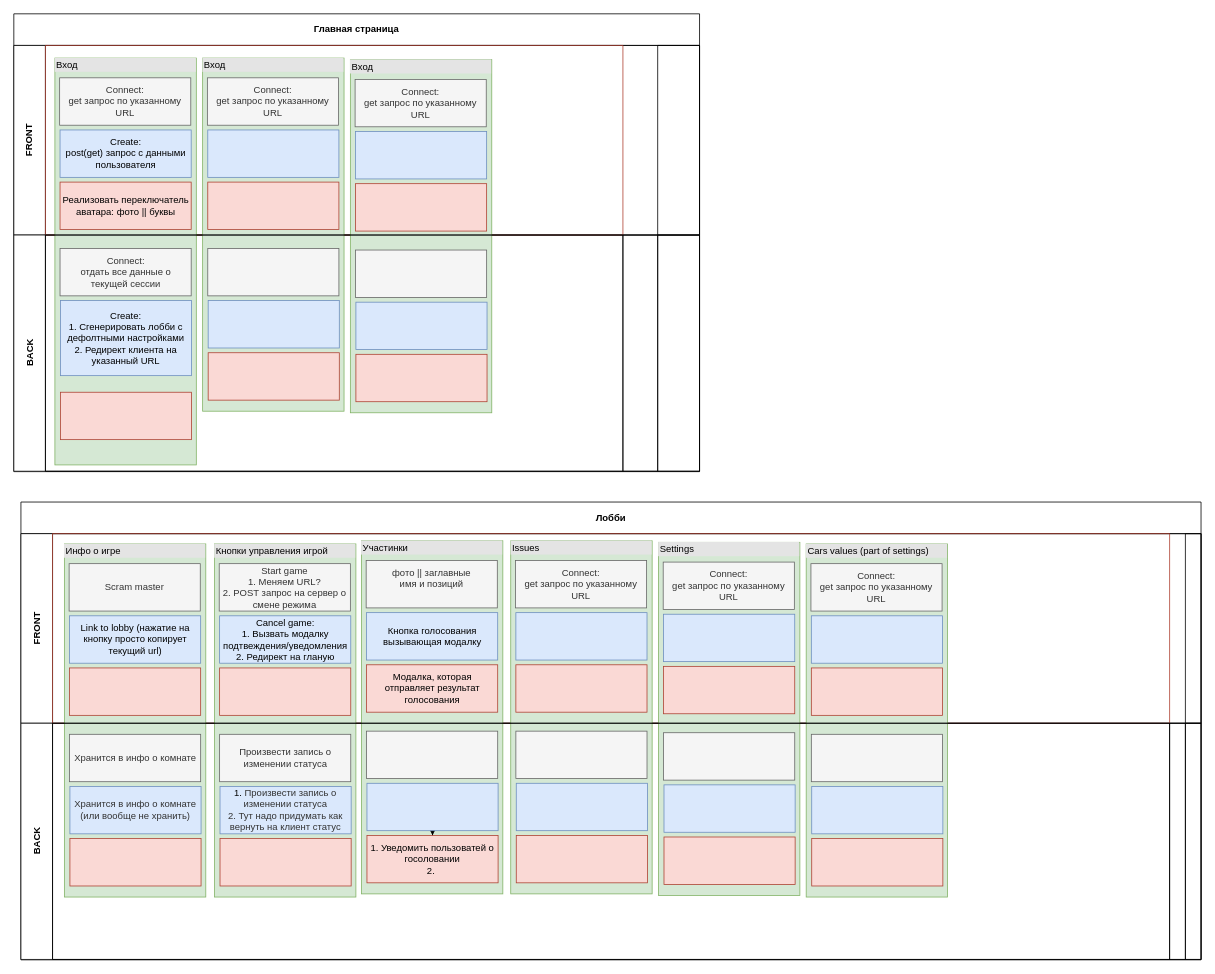
Earlier version of the draw.io diagram Planning poker.drawio (Zmiterr/pointing-poker). Source tidied: cells renumbered, new cells numbered last; positions are measured from the earlier drawing's top-left corner, leaving out a move shared by most shapes. Both pictures are drawn from the tidied source at 79%, with x=0, y=0 at pixel (13, 13).
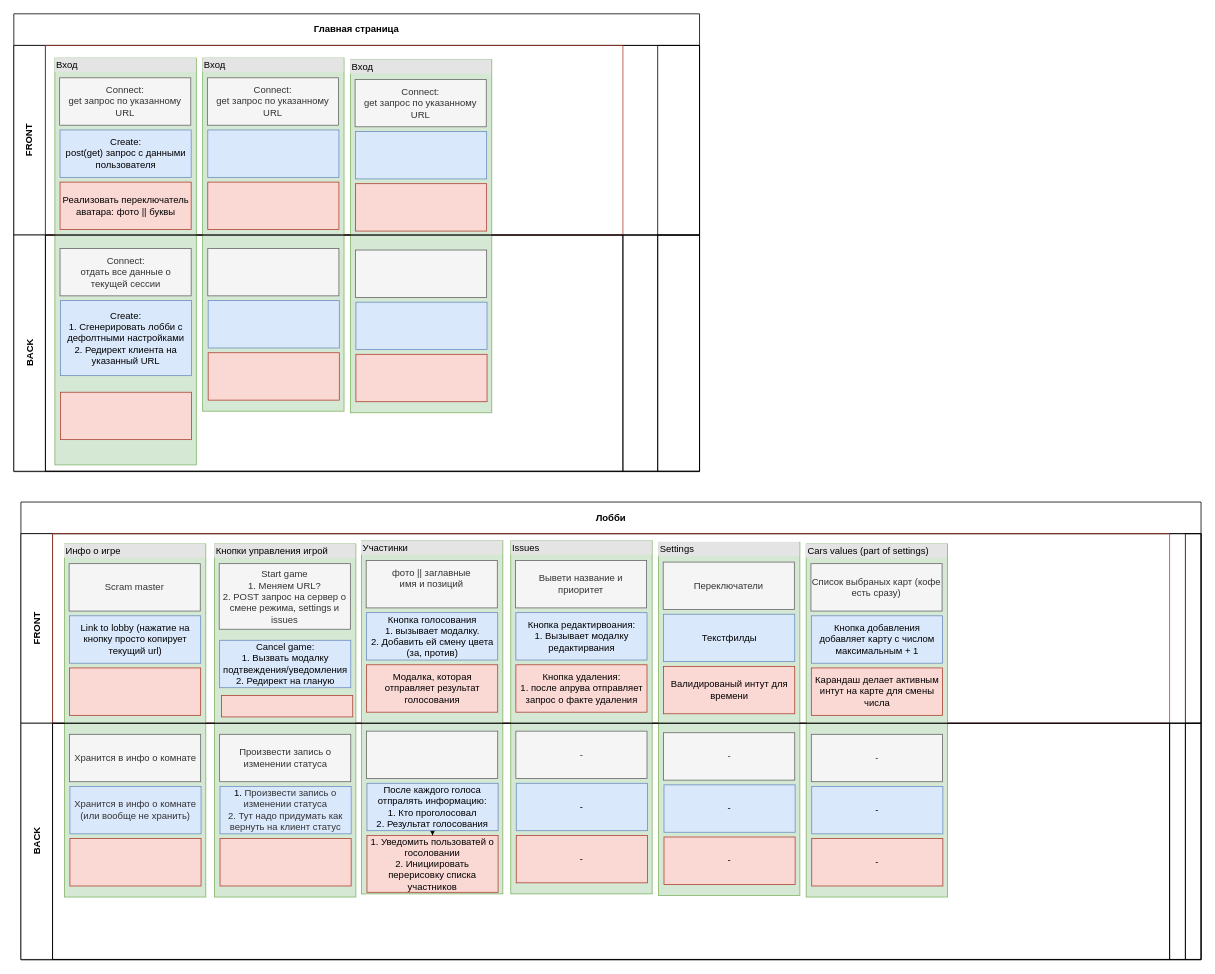
The same page after the edit.

Commit message:
feat: add lobby description

The change refers to these unchanged cells:
```xml
<mxCell id="34" style="swimlane;startSize=0;html=1;whiteSpace=wrap;fillColor=#fad9d5;strokeColor=#ae4132;" parent="33" vertex="1">
  <mxGeometry x="40" width="1414" height="240" as="geometry" />
</mxCell>
```

What changed in the source:
```diff
@@
-    <mxCell id="44" value="Кнопка голосования вызывающая модалку" style="rounded=0;whiteSpace=wrap;html=1;fillColor=#dae8fc;strokeColor=#6c8ebf;" parent="34" vertex="1">
+    <mxCell id="44" value="Кнопка голосования &lt;br&gt;1. вызывает модалку.&lt;br&gt;2. Добавить ей смену цвета (за, против)" style="rounded=0;whiteSpace=wrap;html=1;fillColor=#dae8fc;strokeColor=#6c8ebf;" parent="34" vertex="1">
       <mxGeometry x="397.5" y="100" width="166" height="60" as="geometry" />
     </mxCell>
@@
-    <mxCell id="48" style="rounded=0;whiteSpace=wrap;html=1;fillColor=#dae8fc;strokeColor=#6c8ebf;" parent="34" vertex="1">
+    <mxCell id="48" value="После каждого голоса отпралять информацию:&lt;br&gt;1. Кто проголосовал&lt;br&gt;2. Результат голосования" style="rounded=0;whiteSpace=wrap;html=1;fillColor=#dae8fc;strokeColor=#6c8ebf;" parent="34" vertex="1">
       <mxGeometry x="398" y="316" width="166" height="60" as="geometry" />
     </mxCell>
-    <mxCell id="49" value="1. Уведомить пользоватей о госоловании&lt;br&gt;2.&amp;nbsp;" style="rounded=0;whiteSpace=wrap;html=1;fillColor=#fad9d5;strokeColor=#ae4132;" parent="34" vertex="1">
-      <mxGeometry x="398" y="382" width="166" height="60" as="geometry" />
+    <mxCell id="49" value="1. Уведомить пользоватей о госоловании&lt;br&gt;2. Инициировать перерисовку списка участников" style="rounded=0;whiteSpace=wrap;html=1;fillColor=#fad9d5;strokeColor=#ae4132;" parent="34" vertex="1">
+      <mxGeometry x="398" y="382" width="166" height="72" as="geometry" />
     </mxCell>
@@
-    <mxCell id="51" value="Start game&lt;br&gt;1. Меняем URL?&lt;br&gt;2. POST запрос на сервер о смене режима" style="rounded=0;whiteSpace=wrap;html=1;fillColor=#f5f5f5;strokeColor=#666666;fontColor=#333333;" parent="34" vertex="1">
-      <mxGeometry x="211" y="38" width="166" height="60" as="geometry" />
+    <mxCell id="51" value="Start game&lt;br&gt;1. Меняем URL?&lt;br&gt;2. POST запрос на сервер о смене режима, settings и issues" style="rounded=0;whiteSpace=wrap;html=1;fillColor=#f5f5f5;strokeColor=#666666;fontColor=#333333;" parent="34" vertex="1">
+      <mxGeometry x="211" y="38" width="166" height="83" as="geometry" />
     </mxCell>
     <mxCell id="52" value="Cancel game:&lt;br&gt;1. Вызвать модалку подтвеждения/уведомления&lt;br&gt;2. Редирект на гланую" style="rounded=0;whiteSpace=wrap;html=1;fillColor=#dae8fc;strokeColor=#6c8ebf;" parent="34" vertex="1">
-      <mxGeometry x="211.5" y="104" width="166" height="60" as="geometry" />
+      <mxGeometry x="211.5" y="135" width="166" height="60" as="geometry" />
     </mxCell>
     <mxCell id="53" style="rounded=0;whiteSpace=wrap;html=1;fillColor=#fad9d5;strokeColor=#ae4132;" parent="34" vertex="1">
-      <mxGeometry x="211.5" y="170" width="166" height="60" as="geometry" />
+      <mxGeometry x="214" y="205" width="166" height="27" as="geometry" />
     </mxCell>
@@
-    <mxCell id="58" value="&lt;span&gt;Connect:&lt;/span&gt;&lt;br&gt;&lt;span&gt;get запрос по указанному URL&lt;/span&gt;" style="rounded=0;whiteSpace=wrap;html=1;fillColor=#f5f5f5;strokeColor=#666666;fontColor=#333333;" parent="34" vertex="1">
+    <mxCell id="58" value="Вывети название и приоритет" style="rounded=0;whiteSpace=wrap;html=1;fillColor=#f5f5f5;strokeColor=#666666;fontColor=#333333;" parent="34" vertex="1">
       <mxGeometry x="586" y="34" width="166" height="60" as="geometry" />
     </mxCell>
-    <mxCell id="59" style="rounded=0;whiteSpace=wrap;html=1;fillColor=#dae8fc;strokeColor=#6c8ebf;" parent="34" vertex="1">
+    <mxCell id="59" value="Кнопка редактирвоания:&lt;br&gt;1. Вызывает модалку редактирвания" style="rounded=0;whiteSpace=wrap;html=1;fillColor=#dae8fc;strokeColor=#6c8ebf;" parent="34" vertex="1">
       <mxGeometry x="586.5" y="100" width="166" height="60" as="geometry" />
     </mxCell>
-    <mxCell id="60" style="rounded=0;whiteSpace=wrap;html=1;fillColor=#fad9d5;strokeColor=#ae4132;" parent="34" vertex="1">
+    <mxCell id="60" value="Кнопка удаления:&lt;br&gt;1. после апрува отправляет запрос о факте удаления" style="rounded=0;whiteSpace=wrap;html=1;fillColor=#fad9d5;strokeColor=#ae4132;" parent="34" vertex="1">
       <mxGeometry x="586.5" y="166" width="166" height="60" as="geometry" />
     </mxCell>
-    <mxCell id="61" style="rounded=0;whiteSpace=wrap;html=1;fillColor=#f5f5f5;strokeColor=#666666;fontColor=#333333;" parent="34" vertex="1">
+    <mxCell id="61" value="-" style="rounded=0;whiteSpace=wrap;html=1;fillColor=#f5f5f5;strokeColor=#666666;fontColor=#333333;" parent="34" vertex="1">
       <mxGeometry x="586.5" y="250" width="166" height="60" as="geometry" />
     </mxCell>
-    <mxCell id="62" style="rounded=0;whiteSpace=wrap;html=1;fillColor=#dae8fc;strokeColor=#6c8ebf;" parent="34" vertex="1">
+    <mxCell id="62" value="-" style="rounded=0;whiteSpace=wrap;html=1;fillColor=#dae8fc;strokeColor=#6c8ebf;" parent="34" vertex="1">
       <mxGeometry x="587" y="316" width="166" height="60" as="geometry" />
     </mxCell>
-    <mxCell id="63" style="rounded=0;whiteSpace=wrap;html=1;fillColor=#fad9d5;strokeColor=#ae4132;" parent="34" vertex="1">
+    <mxCell id="63" value="-" style="rounded=0;whiteSpace=wrap;html=1;fillColor=#fad9d5;strokeColor=#ae4132;" parent="34" vertex="1">
       <mxGeometry x="587" y="382" width="166" height="60" as="geometry" />
     </mxCell>
@@
-    <mxCell id="65" value="&lt;span&gt;Connect:&lt;/span&gt;&lt;br&gt;&lt;span&gt;get запрос по указанному URL&lt;/span&gt;" style="rounded=0;whiteSpace=wrap;html=1;fillColor=#f5f5f5;strokeColor=#666666;fontColor=#333333;" parent="34" vertex="1">
+    <mxCell id="65" value="Переключатели" style="rounded=0;whiteSpace=wrap;html=1;fillColor=#f5f5f5;strokeColor=#666666;fontColor=#333333;" parent="34" vertex="1">
       <mxGeometry x="773" y="36" width="166" height="60" as="geometry" />
     </mxCell>
-    <mxCell id="66" style="rounded=0;whiteSpace=wrap;html=1;fillColor=#dae8fc;strokeColor=#6c8ebf;" parent="34" vertex="1">
+    <mxCell id="66" value="Текстфилды" style="rounded=0;whiteSpace=wrap;html=1;fillColor=#dae8fc;strokeColor=#6c8ebf;" parent="34" vertex="1">
       <mxGeometry x="773.5" y="102" width="166" height="60" as="geometry" />
     </mxCell>
-    <mxCell id="67" style="rounded=0;whiteSpace=wrap;html=1;fillColor=#fad9d5;strokeColor=#ae4132;" parent="34" vertex="1">
+    <mxCell id="67" value="Валидированый интут для времени" style="rounded=0;whiteSpace=wrap;html=1;fillColor=#fad9d5;strokeColor=#ae4132;" parent="34" vertex="1">
       <mxGeometry x="773.5" y="168" width="166" height="60" as="geometry" />
     </mxCell>
-    <mxCell id="68" style="rounded=0;whiteSpace=wrap;html=1;fillColor=#f5f5f5;strokeColor=#666666;fontColor=#333333;" parent="34" vertex="1">
+    <mxCell id="68" value="-" style="rounded=0;whiteSpace=wrap;html=1;fillColor=#f5f5f5;strokeColor=#666666;fontColor=#333333;" parent="34" vertex="1">
       <mxGeometry x="773.5" y="252" width="166" height="60" as="geometry" />
     </mxCell>
-    <mxCell id="69" style="rounded=0;whiteSpace=wrap;html=1;fillColor=#dae8fc;strokeColor=#6c8ebf;" parent="34" vertex="1">
+    <mxCell id="69" value="-" style="rounded=0;whiteSpace=wrap;html=1;fillColor=#dae8fc;strokeColor=#6c8ebf;" parent="34" vertex="1">
       <mxGeometry x="774" y="318" width="166" height="60" as="geometry" />
     </mxCell>
-    <mxCell id="70" style="rounded=0;whiteSpace=wrap;html=1;fillColor=#fad9d5;strokeColor=#ae4132;" parent="34" vertex="1">
+    <mxCell id="70" value="-" style="rounded=0;whiteSpace=wrap;html=1;fillColor=#fad9d5;strokeColor=#ae4132;" parent="34" vertex="1">
       <mxGeometry x="774" y="384" width="166" height="60" as="geometry" />
     </mxCell>
@@
-    <mxCell id="72" value="&lt;span&gt;Connect:&lt;/span&gt;&lt;br&gt;&lt;span&gt;get запрос по указанному URL&lt;/span&gt;" style="rounded=0;whiteSpace=wrap;html=1;fillColor=#f5f5f5;strokeColor=#666666;fontColor=#333333;" parent="34" vertex="1">
+    <mxCell id="72" value="Список выбраных карт (кофе есть сразу)" style="rounded=0;whiteSpace=wrap;html=1;fillColor=#f5f5f5;strokeColor=#666666;fontColor=#333333;" parent="34" vertex="1">
       <mxGeometry x="960" y="38" width="166" height="60" as="geometry" />
     </mxCell>
-    <mxCell id="73" style="rounded=0;whiteSpace=wrap;html=1;fillColor=#dae8fc;strokeColor=#6c8ebf;" parent="34" vertex="1">
+    <mxCell id="73" value="Кнопка добавления добавляет карту с числом максимальным + 1" style="rounded=0;whiteSpace=wrap;html=1;fillColor=#dae8fc;strokeColor=#6c8ebf;" parent="34" vertex="1">
       <mxGeometry x="960.5" y="104" width="166" height="60" as="geometry" />
     </mxCell>
-    <mxCell id="74" style="rounded=0;whiteSpace=wrap;html=1;fillColor=#fad9d5;strokeColor=#ae4132;" parent="34" vertex="1">
+    <mxCell id="74" value="Карандаш делает активным интут на карте для смены числа" style="rounded=0;whiteSpace=wrap;html=1;fillColor=#fad9d5;strokeColor=#ae4132;" parent="34" vertex="1">
       <mxGeometry x="960.5" y="170" width="166" height="60" as="geometry" />
     </mxCell>
-    <mxCell id="75" style="rounded=0;whiteSpace=wrap;html=1;fillColor=#f5f5f5;strokeColor=#666666;fontColor=#333333;" parent="34" vertex="1">
+    <mxCell id="75" value="-" style="rounded=0;whiteSpace=wrap;html=1;fillColor=#f5f5f5;strokeColor=#666666;fontColor=#333333;" parent="34" vertex="1">
       <mxGeometry x="960.5" y="254" width="166" height="60" as="geometry" />
     </mxCell>
-    <mxCell id="76" style="rounded=0;whiteSpace=wrap;html=1;fillColor=#dae8fc;strokeColor=#6c8ebf;" parent="34" vertex="1">
+    <mxCell id="76" value="-" style="rounded=0;whiteSpace=wrap;html=1;fillColor=#dae8fc;strokeColor=#6c8ebf;" parent="34" vertex="1">
       <mxGeometry x="961" y="320" width="166" height="60" as="geometry" />
     </mxCell>
-    <mxCell id="77" style="rounded=0;whiteSpace=wrap;html=1;fillColor=#fad9d5;strokeColor=#ae4132;" parent="34" vertex="1">
+    <mxCell id="77" value="-" style="rounded=0;whiteSpace=wrap;html=1;fillColor=#fad9d5;strokeColor=#ae4132;" parent="34" vertex="1">
       <mxGeometry x="961" y="386" width="166" height="60" as="geometry" />
     </mxCell>
```
